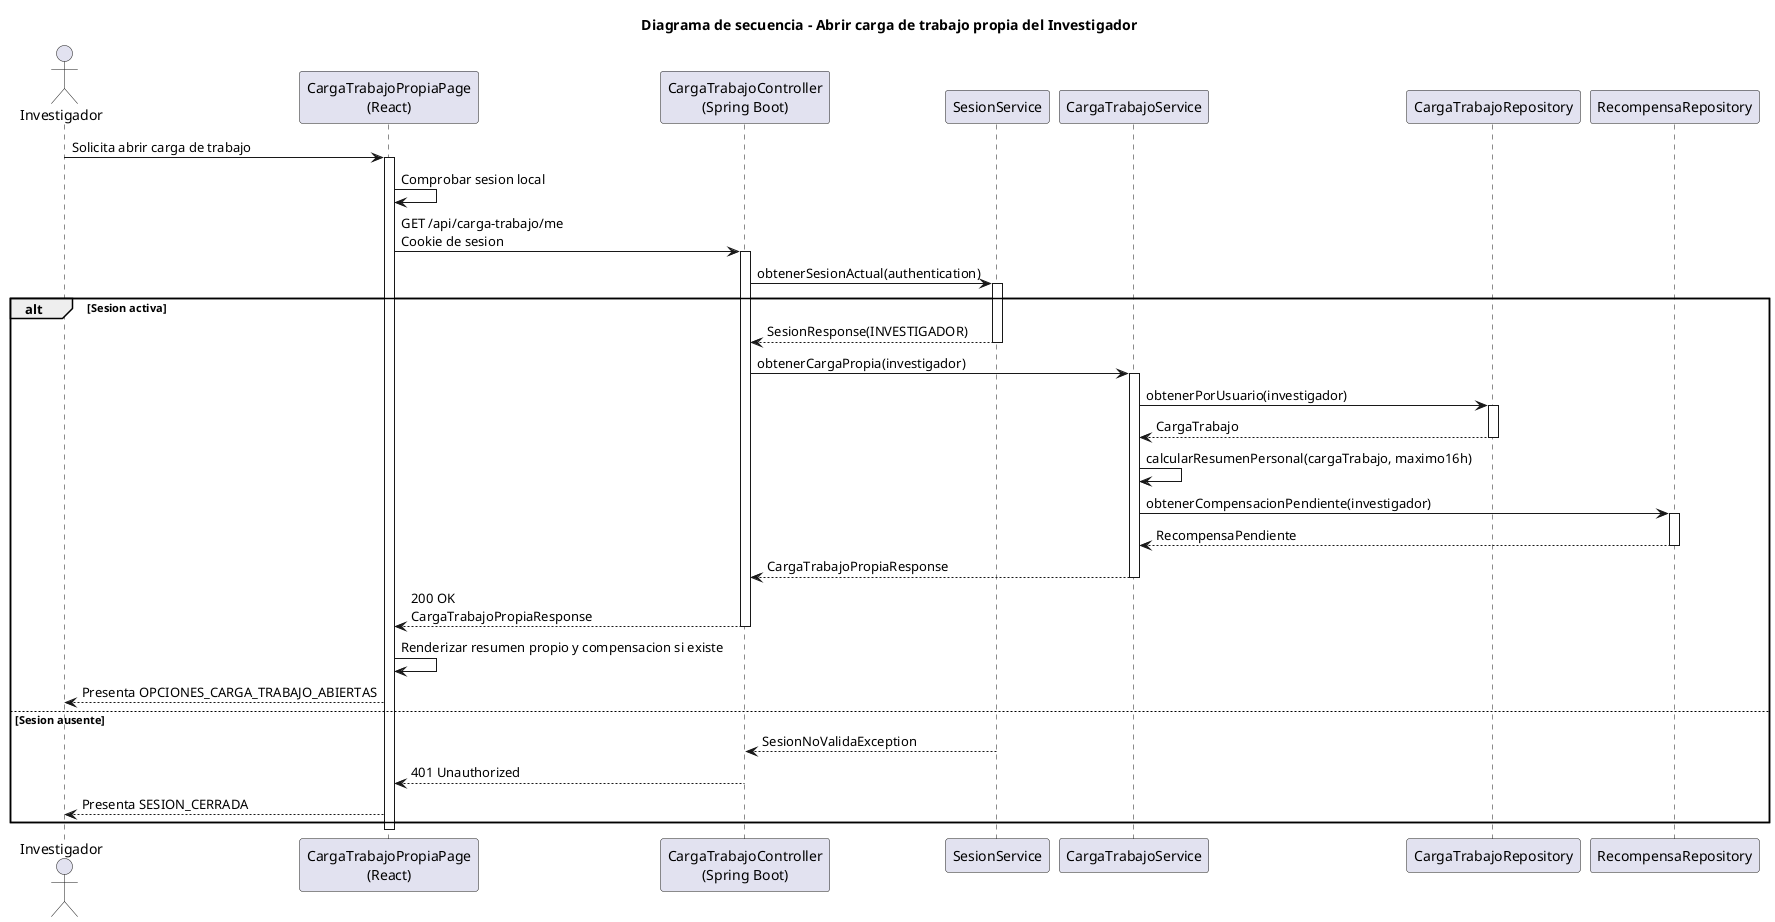
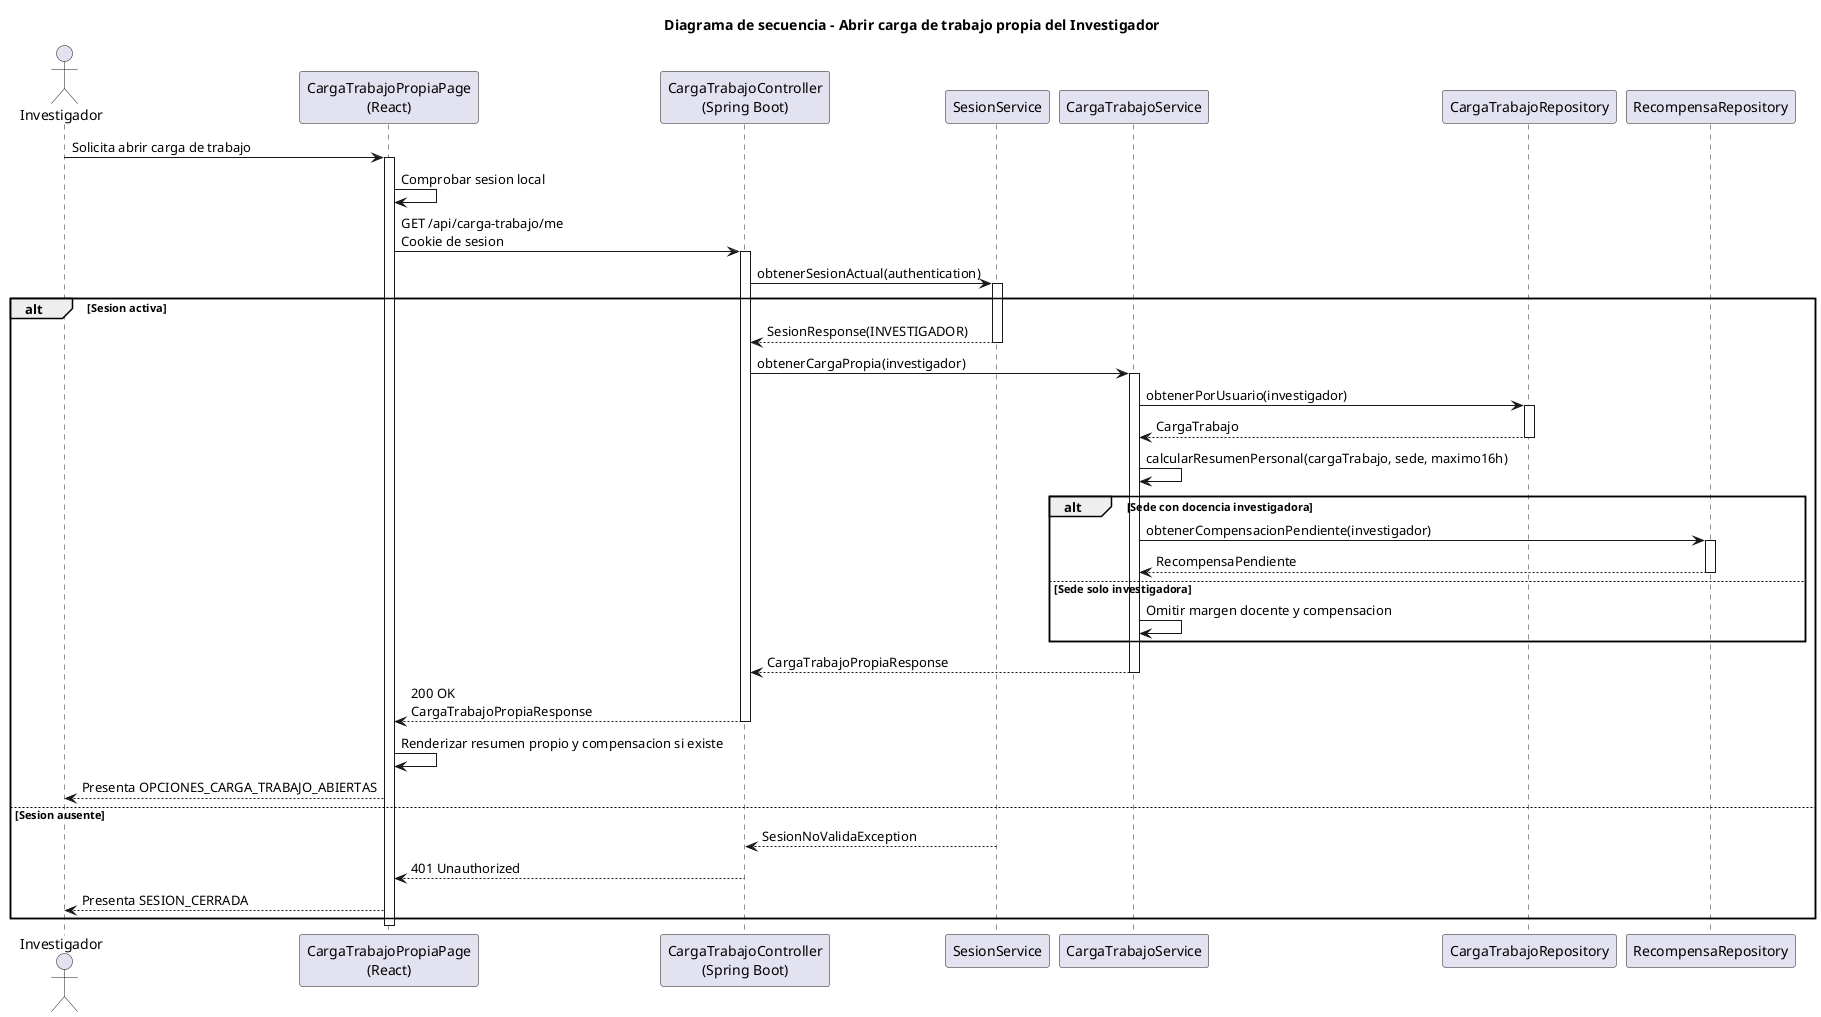
@startuml abrirOpcionesCargaTrabajo-investigador-diseno
title Diagrama de secuencia - Abrir carga de trabajo propia del Investigador

actor Investigador
participant "CargaTrabajoPropiaPage\n(React)" as Frontend
participant "CargaTrabajoController\n(Spring Boot)" as Api
participant "SesionService" as Sesion
participant "CargaTrabajoService" as Service
participant "CargaTrabajoRepository" as CargaRepo
participant "RecompensaRepository" as RecompensaRepo

Investigador -> Frontend: Solicita abrir carga de trabajo
activate Frontend
Frontend -> Frontend: Comprobar sesion local
Frontend -> Api: GET /api/carga-trabajo/me\nCookie de sesion
activate Api
Api -> Sesion: obtenerSesionActual(authentication)
activate Sesion
alt Sesion activa
    Sesion --> Api: SesionResponse(INVESTIGADOR)
    deactivate Sesion
    Api -> Service: obtenerCargaPropia(investigador)
    activate Service
    Service -> CargaRepo: obtenerPorUsuario(investigador)
    activate CargaRepo
    CargaRepo --> Service: CargaTrabajo
    deactivate CargaRepo
-     Service -> Service: calcularResumenPersonal(cargaTrabajo, maximo16h)
-     Service -> RecompensaRepo: obtenerCompensacionPendiente(investigador)
-     activate RecompensaRepo
-     RecompensaRepo --> Service: RecompensaPendiente
-     deactivate RecompensaRepo
+     Service -> Service: calcularResumenPersonal(cargaTrabajo, sede, maximo16h)
+     alt Sede con docencia investigadora
+         Service -> RecompensaRepo: obtenerCompensacionPendiente(investigador)
+         activate RecompensaRepo
+         RecompensaRepo --> Service: RecompensaPendiente
+         deactivate RecompensaRepo
+     else Sede solo investigadora
+         Service -> Service: Omitir margen docente y compensacion
+     end
    Service --> Api: CargaTrabajoPropiaResponse
    deactivate Service
    Api --> Frontend: 200 OK\nCargaTrabajoPropiaResponse
    deactivate Api
    Frontend -> Frontend: Renderizar resumen propio y compensacion si existe
    Frontend --> Investigador: Presenta OPCIONES_CARGA_TRABAJO_ABIERTAS
else Sesion ausente
    Sesion --> Api: SesionNoValidaException
    deactivate Sesion
    Api --> Frontend: 401 Unauthorized
    deactivate Api
    Frontend --> Investigador: Presenta SESION_CERRADA
end
deactivate Frontend
@enduml
